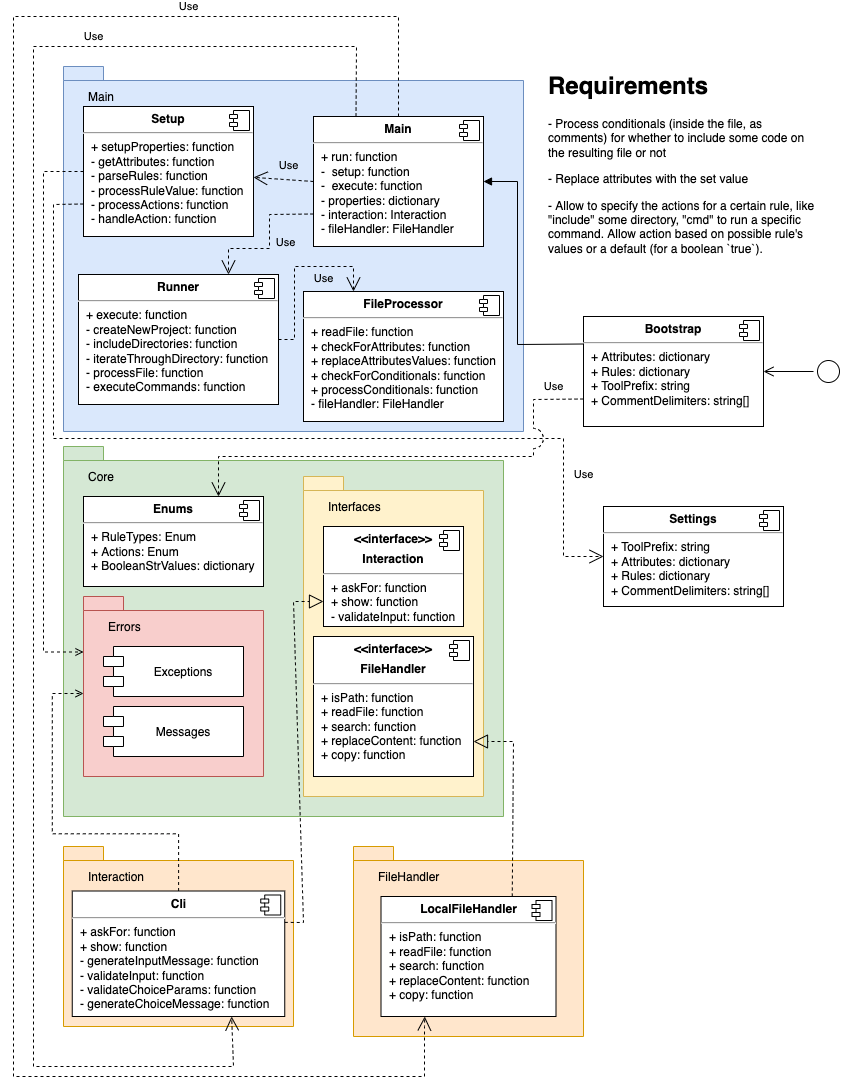
Earlier version of the draw.io export docs/assets/structure-diagram.png (vinibs/cakeslicer). Source tidied: cells renumbered, new cells last; positions are measured from the earlier drawing's top-left corner, leaving out a move shared by most shapes.
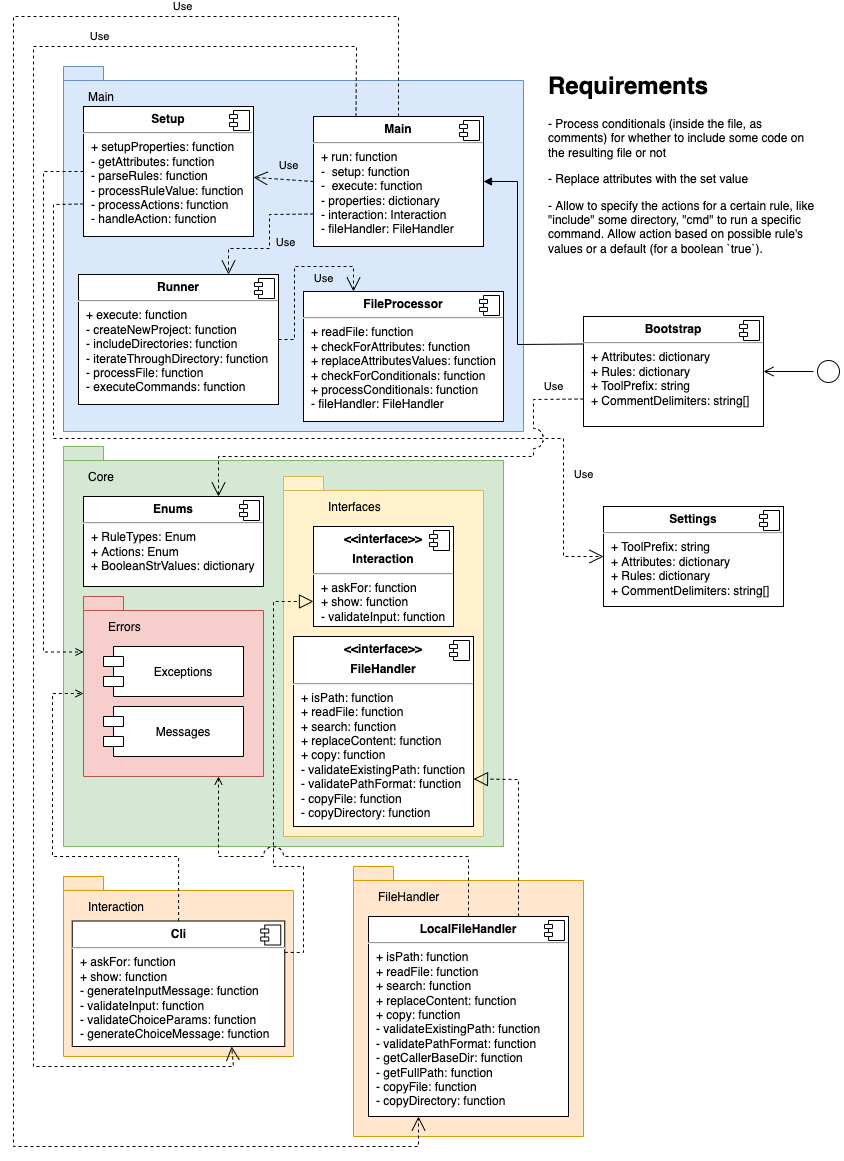
The same file after the commit.

Diff of the diagram source:
```diff
@@ -3,10 +3,10 @@
     <mxCell id="0" />
     <mxCell id="1" parent="0" />
     <mxCell id="2" style="shape=folder;fontStyle=1;spacingTop=10;tabWidth=40;tabHeight=14;tabPosition=left;html=1;fillColor=#ffe6cc;strokeColor=#d79b00;" parent="1" vertex="1">
-      <mxGeometry x="50" y="830" width="230" height="180" as="geometry" />
+      <mxGeometry x="50" y="860" width="230" height="180" as="geometry" />
     </mxCell>
     <mxCell id="3" style="shape=folder;fontStyle=1;spacingTop=10;tabWidth=40;tabHeight=14;tabPosition=left;html=1;fillColor=#d5e8d4;strokeColor=#82b366;" parent="1" vertex="1">
-      <mxGeometry x="50" y="430" width="440" height="370" as="geometry" />
+      <mxGeometry x="50" y="430" width="440" height="400" as="geometry" />
     </mxCell>
     <mxCell id="4" style="shape=folder;fontStyle=1;spacingTop=10;tabWidth=40;tabHeight=14;tabPosition=left;html=1;fillColor=#dae8fc;strokeColor=#6c8ebf;" parent="1" vertex="1">
       <mxGeometry x="50" y="50" width="460" height="365" as="geometry" />
@@ -63,10 +63,10 @@
       </mxGeometry>
     </mxCell>
     <mxCell id="17" style="shape=folder;fontStyle=1;spacingTop=10;tabWidth=40;tabHeight=14;tabPosition=left;html=1;fillColor=#fff2cc;strokeColor=#d6b656;" parent="1" vertex="1">
-      <mxGeometry x="290" y="460" width="180" height="320" as="geometry" />
+      <mxGeometry x="270" y="460" width="200" height="360" as="geometry" />
     </mxCell>
     <mxCell id="18" value="&lt;p style=&quot;margin: 0px ; margin-top: 6px ; text-align: center&quot;&gt;&lt;b&gt;&amp;lt;&amp;lt;interface&amp;gt;&amp;gt;&lt;/b&gt;&lt;/p&gt;&lt;p style=&quot;margin: 0px ; margin-top: 6px ; text-align: center&quot;&gt;&lt;b&gt;Interaction&lt;/b&gt;&lt;/p&gt;&lt;hr&gt;&lt;p style=&quot;margin: 0px ; margin-left: 8px&quot;&gt;+ askFor: function&lt;/p&gt;&lt;p style=&quot;margin: 0px ; margin-left: 8px&quot;&gt;+ show: function&lt;/p&gt;&lt;p style=&quot;margin: 0px ; margin-left: 8px&quot;&gt;- validateInput: function&lt;br&gt;&lt;/p&gt;" style="align=left;overflow=fill;html=1;" parent="1" vertex="1">
-      <mxGeometry x="310" y="510" width="140" height="100" as="geometry" />
+      <mxGeometry x="300" y="510" width="140" height="100" as="geometry" />
     </mxCell>
     <mxCell id="19" style="shape=component;jettyWidth=8;jettyHeight=4;" parent="18" vertex="1">
       <mxGeometry x="1" width="20" height="20" relative="1" as="geometry">
@@ -74,10 +74,16 @@
       </mxGeometry>
     </mxCell>
     <mxCell id="20" style="edgeStyle=orthogonalEdgeStyle;rounded=0;jettySize=auto;html=1;entryX=0;entryY=0;entryDx=0;entryDy=97;entryPerimeter=0;endArrow=open;endFill=0;dashed=1;" parent="1" edge="1" source="21" target="49">
-      <mxGeometry relative="1" as="geometry" />
+      <mxGeometry relative="1" as="geometry">
+        <Array as="points">
+          <mxPoint x="165" y="840" />
+          <mxPoint x="39" y="840" />
+          <mxPoint x="39" y="677" />
+        </Array>
+      </mxGeometry>
     </mxCell>
     <mxCell id="21" value="&lt;p style=&quot;margin: 0px ; margin-top: 6px ; text-align: center&quot;&gt;&lt;b&gt;Cli&lt;/b&gt;&lt;/p&gt;&lt;hr&gt;&lt;p style=&quot;margin: 0px ; margin-left: 8px&quot;&gt;+ askFor: function&lt;/p&gt;&lt;p style=&quot;margin: 0px ; margin-left: 8px&quot;&gt;+ show: function&lt;/p&gt;&lt;p style=&quot;margin: 0px ; margin-left: 8px&quot;&gt;- generateInputMessage: function&lt;/p&gt;&lt;p style=&quot;margin: 0px ; margin-left: 8px&quot;&gt;- validateInput: function&lt;br&gt;&lt;/p&gt;&lt;p style=&quot;margin: 0px ; margin-left: 8px&quot;&gt;- validateChoiceParams: function&lt;/p&gt;&lt;p style=&quot;margin: 0px ; margin-left: 8px&quot;&gt;- generateChoiceMessage: function&lt;/p&gt;" style="align=left;overflow=fill;html=1;" parent="1" vertex="1">
-      <mxGeometry x="58.8" y="874.5" width="212.5" height="125.5" as="geometry" />
+      <mxGeometry x="58.8" y="904.5" width="212.5" height="125.5" as="geometry" />
     </mxCell>
     <mxCell id="22" style="shape=component;jettyWidth=8;jettyHeight=4;" parent="21" vertex="1">
       <mxGeometry x="1" width="20" height="20" relative="1" as="geometry">
@@ -94,18 +100,20 @@
       <mxGeometry x="310" y="480" width="80" height="20" as="geometry" />
     </mxCell>
     <mxCell id="26" value="Interaction" style="text;align=left;fontStyle=0;verticalAlign=middle;spacingLeft=3;spacingRight=3;strokeColor=none;" parent="1" vertex="1">
-      <mxGeometry x="70" y="850" width="80" height="20" as="geometry" />
+      <mxGeometry x="70" y="880" width="80" height="20" as="geometry" />
     </mxCell>
     <mxCell id="27" style="endArrow=block;dashed=1;endFill=0;endSize=12;html=1;rounded=0;exitX=1;exitY=0.25;exitDx=0;exitDy=0;entryX=0;entryY=0.75;entryDx=0;entryDy=0;" parent="1" edge="1" source="21" target="18">
       <mxGeometry relative="1" as="geometry">
         <Array as="points">
-          <mxPoint x="290" y="906" />
-          <mxPoint x="280" y="585" />
+          <mxPoint x="290" y="936" />
+          <mxPoint x="290" y="850" />
+          <mxPoint x="260" y="850" />
+          <mxPoint x="260" y="585" />
         </Array>
       </mxGeometry>
     </mxCell>
-    <mxCell id="28" value="&lt;p style=&quot;margin: 0px ; margin-top: 6px ; text-align: center&quot;&gt;&lt;b&gt;&amp;lt;&amp;lt;interface&amp;gt;&amp;gt;&lt;/b&gt;&lt;/p&gt;&lt;p style=&quot;margin: 0px ; margin-top: 6px ; text-align: center&quot;&gt;&lt;b&gt;FileHandler&lt;/b&gt;&lt;/p&gt;&lt;hr&gt;&lt;p style=&quot;margin: 0px 0px 0px 8px;&quot;&gt;+ isPath: function&lt;/p&gt;&lt;p style=&quot;margin: 0px ; margin-left: 8px&quot;&gt;+ readFile: function&lt;br&gt;+ search: function&lt;/p&gt;&lt;p style=&quot;margin: 0px ; margin-left: 8px&quot;&gt;+ replaceContent: function&lt;/p&gt;&lt;p style=&quot;margin: 0px ; margin-left: 8px&quot;&gt;&lt;span style=&quot;background-color: initial;&quot;&gt;+ copy: function&lt;/span&gt;&lt;/p&gt;" style="align=left;overflow=fill;html=1;" parent="1" vertex="1">
-      <mxGeometry x="300" y="620" width="160" height="140" as="geometry" />
+    <mxCell id="28" value="&lt;p style=&quot;margin: 0px ; margin-top: 6px ; text-align: center&quot;&gt;&lt;b&gt;&amp;lt;&amp;lt;interface&amp;gt;&amp;gt;&lt;/b&gt;&lt;/p&gt;&lt;p style=&quot;margin: 0px ; margin-top: 6px ; text-align: center&quot;&gt;&lt;b&gt;FileHandler&lt;/b&gt;&lt;/p&gt;&lt;hr&gt;&lt;p style=&quot;margin: 0px 0px 0px 8px;&quot;&gt;+ isPath: function&lt;/p&gt;&lt;p style=&quot;margin: 0px ; margin-left: 8px&quot;&gt;+ readFile: function&lt;br&gt;+ search: function&lt;/p&gt;&lt;p style=&quot;margin: 0px ; margin-left: 8px&quot;&gt;+ replaceContent: function&lt;/p&gt;&lt;p style=&quot;margin: 0px ; margin-left: 8px&quot;&gt;&lt;span style=&quot;background-color: initial;&quot;&gt;+ copy: function&lt;/span&gt;&lt;/p&gt;&lt;p style=&quot;margin: 0px 0px 0px 8px;&quot;&gt;- validateExistingPath: function&lt;/p&gt;&lt;p style=&quot;margin: 0px 0px 0px 8px;&quot;&gt;- validatePathFormat: function&lt;/p&gt;&lt;p style=&quot;margin: 0px 0px 0px 8px;&quot;&gt;- copyFile: function&lt;/p&gt;&lt;p style=&quot;margin: 0px 0px 0px 8px;&quot;&gt;- copyDirectory: function&lt;/p&gt;" style="align=left;overflow=fill;html=1;" parent="1" vertex="1">
+      <mxGeometry x="280" y="620" width="180" height="190" as="geometry" />
     </mxCell>
     <mxCell id="29" style="shape=component;jettyWidth=8;jettyHeight=4;" parent="28" vertex="1">
       <mxGeometry x="1" width="20" height="20" relative="1" as="geometry">
@@ -113,13 +121,21 @@
       </mxGeometry>
     </mxCell>
     <mxCell id="30" style="shape=folder;fontStyle=1;spacingTop=10;tabWidth=40;tabHeight=14;tabPosition=left;html=1;fillColor=#ffe6cc;strokeColor=#d79b00;" parent="1" vertex="1">
-      <mxGeometry x="340" y="830" width="230" height="190" as="geometry" />
+      <mxGeometry x="340" y="850" width="230" height="270" as="geometry" />
     </mxCell>
     <mxCell id="31" value="FileHandler" style="text;align=left;fontStyle=0;verticalAlign=middle;spacingLeft=3;spacingRight=3;strokeColor=none;" parent="1" vertex="1">
-      <mxGeometry x="360" y="850" width="80" height="20" as="geometry" />
+      <mxGeometry x="360" y="870" width="80" height="20" as="geometry" />
     </mxCell>
+    <mxCell id="53" style="edgeStyle=orthogonalEdgeStyle;rounded=0;jettySize=auto;html=1;entryX=0.75;entryY=1;entryDx=0;entryDy=0;entryPerimeter=0;dashed=1;endArrow=open;endFill=0;jumpStyle=arc;jumpSize=20;" parent="1" edge="1" source="32" target="49">
+      <mxGeometry relative="1" as="geometry">
+        <Array as="points">
+          <mxPoint x="455" y="840" />
+          <mxPoint x="205" y="840" />
+        </Array>
+      </mxGeometry>
+    </mxCell>
-    <mxCell id="32" value="&lt;p style=&quot;margin: 0px ; margin-top: 6px ; text-align: center&quot;&gt;&lt;b&gt;LocalFileHandler&lt;/b&gt;&lt;/p&gt;&lt;hr&gt;&lt;p style=&quot;margin: 0px ; margin-left: 8px&quot;&gt;+ isPath: function&lt;br&gt;&lt;/p&gt;&lt;p style=&quot;margin: 0px ; margin-left: 8px&quot;&gt;+ readFile: function&lt;br&gt;+ search: function&lt;/p&gt;&lt;p style=&quot;margin: 0px ; margin-left: 8px&quot;&gt;+ replaceContent: function&lt;/p&gt;&lt;p style=&quot;margin: 0px 0px 0px 8px;&quot;&gt;+ copy: function&lt;/p&gt;" style="align=left;overflow=fill;html=1;" parent="1" vertex="1">
-      <mxGeometry x="367.5" y="880" width="175" height="120" as="geometry" />
+    <mxCell id="32" value="&lt;p style=&quot;margin: 0px ; margin-top: 6px ; text-align: center&quot;&gt;&lt;b&gt;LocalFileHandler&lt;/b&gt;&lt;/p&gt;&lt;hr&gt;&lt;p style=&quot;margin: 0px ; margin-left: 8px&quot;&gt;+ isPath: function&lt;br&gt;&lt;/p&gt;&lt;p style=&quot;margin: 0px ; margin-left: 8px&quot;&gt;+ readFile: function&lt;br&gt;+ search: function&lt;/p&gt;&lt;p style=&quot;margin: 0px ; margin-left: 8px&quot;&gt;+ replaceContent: function&lt;/p&gt;&lt;p style=&quot;margin: 0px 0px 0px 8px;&quot;&gt;+ copy: function&lt;/p&gt;&lt;p style=&quot;margin: 0px 0px 0px 8px;&quot;&gt;- validateExistingPath: function&lt;/p&gt;&lt;p style=&quot;margin: 0px 0px 0px 8px;&quot;&gt;- validatePathFormat: function&lt;/p&gt;&lt;p style=&quot;margin: 0px 0px 0px 8px;&quot;&gt;- getCallerBaseDir: function&lt;/p&gt;&lt;p style=&quot;margin: 0px 0px 0px 8px;&quot;&gt;- getFullPath: function&lt;/p&gt;&lt;p style=&quot;margin: 0px 0px 0px 8px;&quot;&gt;- copyFile: function&lt;/p&gt;&lt;p style=&quot;margin: 0px 0px 0px 8px;&quot;&gt;- copyDirectory: function&lt;/p&gt;" style="align=left;overflow=fill;html=1;" parent="1" vertex="1">
+      <mxGeometry x="355" y="900" width="200" height="200" as="geometry" />
     </mxCell>
     <mxCell id="33" style="shape=component;jettyWidth=8;jettyHeight=4;" parent="32" vertex="1">
       <mxGeometry x="1" width="20" height="20" relative="1" as="geometry">
@@ -129,7 +145,7 @@
     <mxCell id="34" style="endArrow=block;dashed=1;endFill=0;endSize=12;html=1;rounded=0;exitX=0.75;exitY=0;exitDx=0;exitDy=0;entryX=1;entryY=0.75;entryDx=0;entryDy=0;" parent="1" edge="1" source="32" target="28">
       <mxGeometry relative="1" as="geometry">
         <Array as="points">
-          <mxPoint x="500" y="725" />
+          <mxPoint x="505" y="763" />
         </Array>
       </mxGeometry>
     </mxCell>
@@ -193,9 +209,9 @@
         <Array as="points">
           <mxPoint x="385" />
           <mxPoint />
-          <mxPoint y="1060" />
-          <mxPoint x="411" y="1060" />
-          <mxPoint x="411" y="1010" />
+          <mxPoint y="1130" />
+          <mxPoint x="350" y="1130" />
+          <mxPoint x="405" y="1130" />
         </Array>
       </mxGeometry>
     </mxCell>
```
